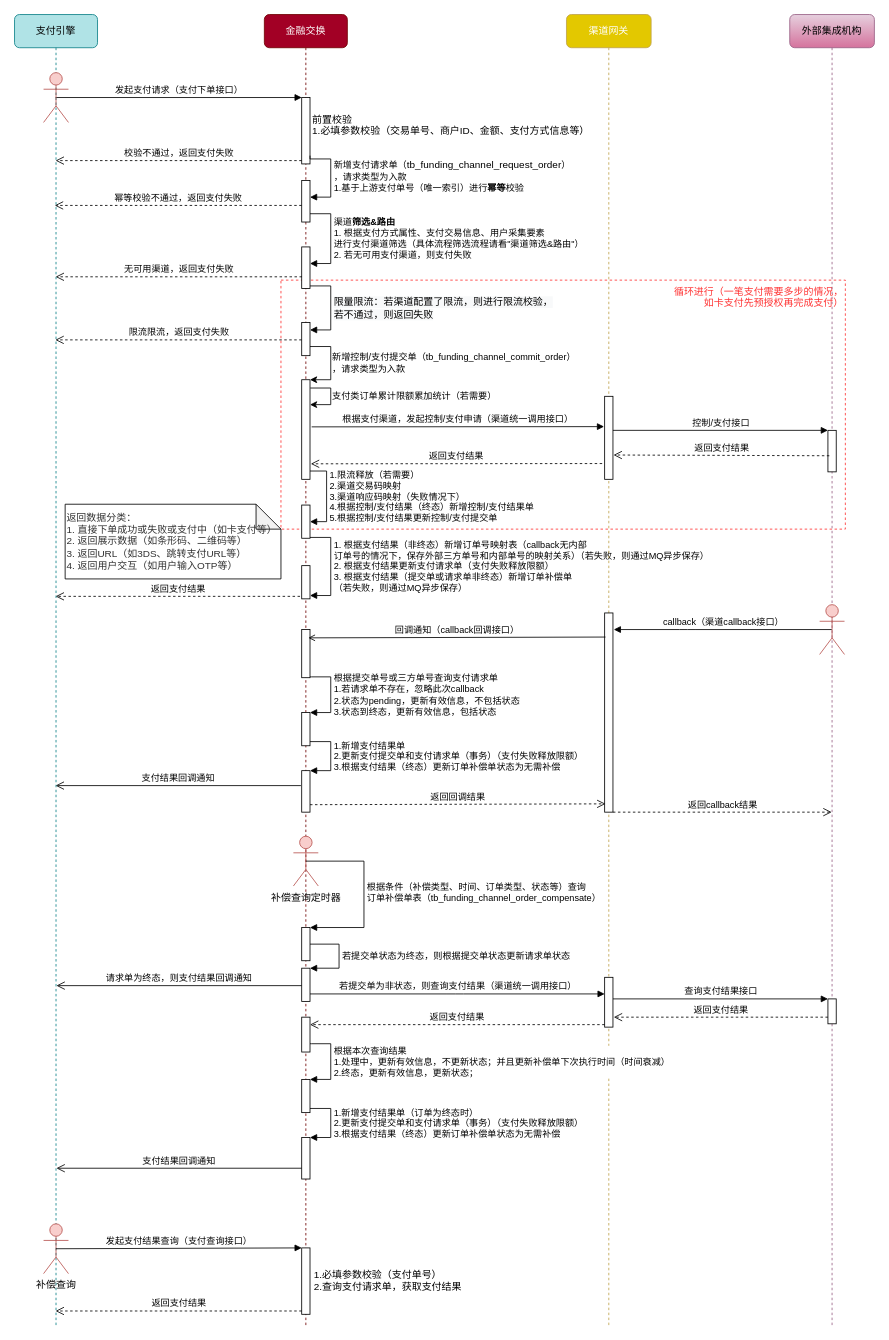
This is page "普通支付流程" (1 of 10) of 渠道时序图v2.drawio from CatFei666/drawio_gallery, a draw.io file, before an edit. Source tidied: cells renumbered, new cells numbered last; positions are measured from the earlier drawing's top-left corner, leaving out a move shared by most shapes. Both pictures are drawn from the tidied source at 83%, with x=0, y=0 at pixel (14, 14).
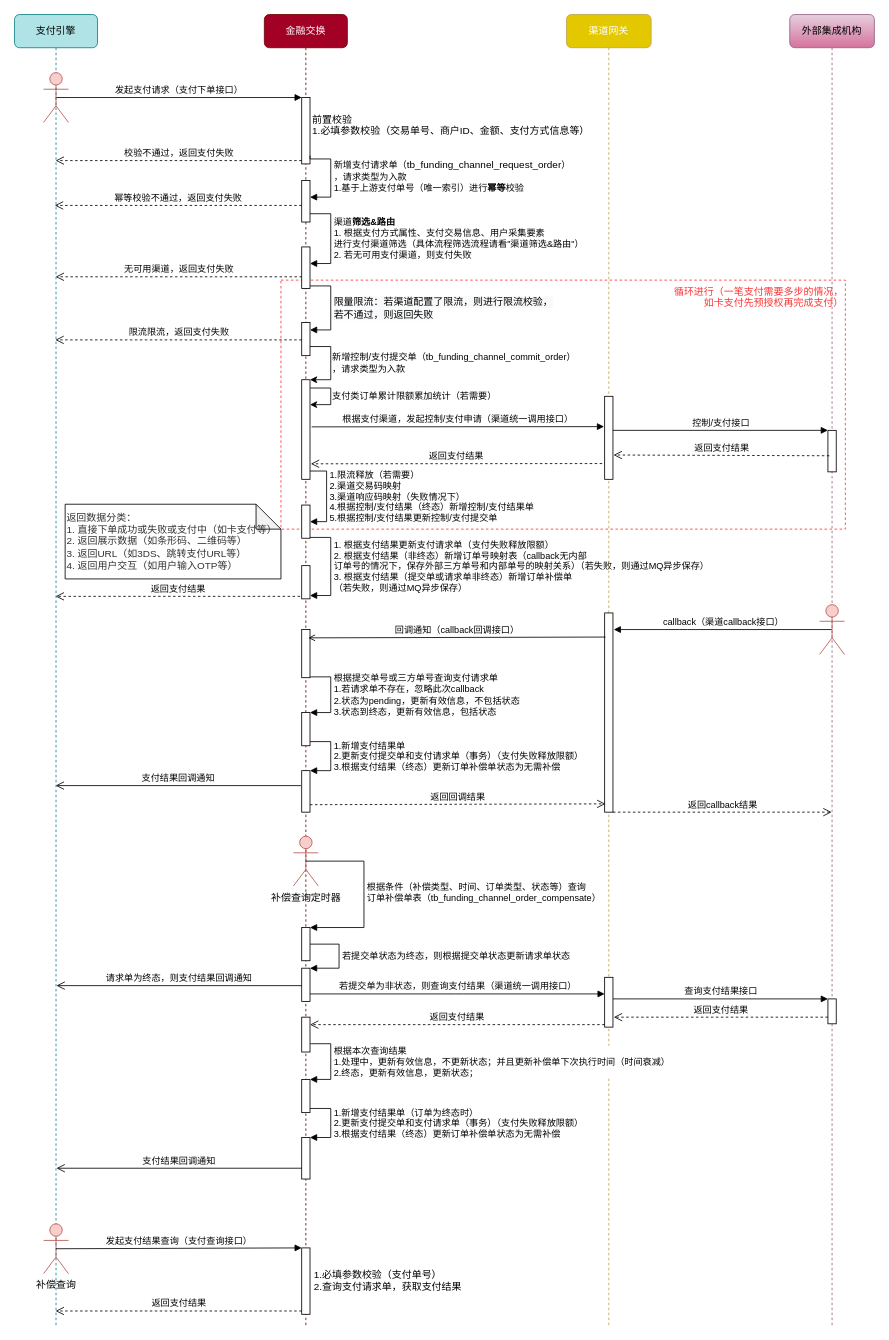
After the change.

Unchanged cells that the change refers to:
```xml
<mxCell id="3" value="金融交换" style="shape=umlLifeline;perimeter=lifelinePerimeter;whiteSpace=wrap;html=1;rounded=1;shadow=0;glass=0;comic=0;sketch=0;strokeWidth=1;fontFamily=Verdana;fillColor=#a20025;strokeColor=#6F0000;fontColor=#ffffff;" parent="1" vertex="1">
  <mxGeometry x="301" width="100" height="1580" as="geometry" />
</mxCell>
<mxCell id="10" style="html=1;points=[];perimeter=orthogonalPerimeter;" parent="3" vertex="1">
  <mxGeometry x="45" y="664" width="10" height="40" as="geometry" />
</mxCell>
<mxCell id="26" style="html=1;points=[];perimeter=orthogonalPerimeter;" parent="3" vertex="1">
  <mxGeometry x="45" y="591" width="10" height="40" as="geometry" />
</mxCell>
```

The edit, as a diff of the source:
```diff
@@
-    <mxCell id="11" value="&lt;div&gt;&lt;/div&gt;1. 根据支付结果（非终态）新增订单号映射表（callback无内部&lt;br&gt;订单号的情况下，保存外部三方单号和内部单号的映射关系）（若失败，则通过MQ异步保存）&lt;br&gt;&lt;div&gt;2. 根据支付结果更新支付请求单（支付失败释放限额）&lt;/div&gt;&lt;div&gt;3. 根据支付结果（提交单或请求单非终态）新增订单补偿单&lt;/div&gt;（若失败，则通过MQ异步保存）" style="edgeStyle=orthogonalEdgeStyle;html=1;align=left;spacingLeft=2;endArrow=block;rounded=0;" parent="3" edge="1" source="26" target="10">
+    <mxCell id="11" value="&lt;div&gt;&lt;/div&gt;1. 根据支付结果更新支付请求单（支付失败释放限额）&lt;br&gt;2. 根据支付结果（非终态）新增订单号映射表（callback无内部&lt;br&gt;订单号的情况下，保存外部三方单号和内部单号的映射关系）（若失败，则通过MQ异步保存）&lt;br&gt;&lt;div&gt;3. 根据支付结果（提交单或请求单非终态）新增订单补偿单&lt;/div&gt;（若失败，则通过MQ异步保存）" style="edgeStyle=orthogonalEdgeStyle;html=1;align=left;spacingLeft=2;endArrow=block;rounded=0;" parent="3" edge="1" source="26" target="10">
       <mxGeometry relative="1" as="geometry">
         <Array as="points">
           <mxPoint x="80" y="630" />
           <mxPoint x="80" y="700" />
         </Array>
       </mxGeometry>
     </mxCell>
```
